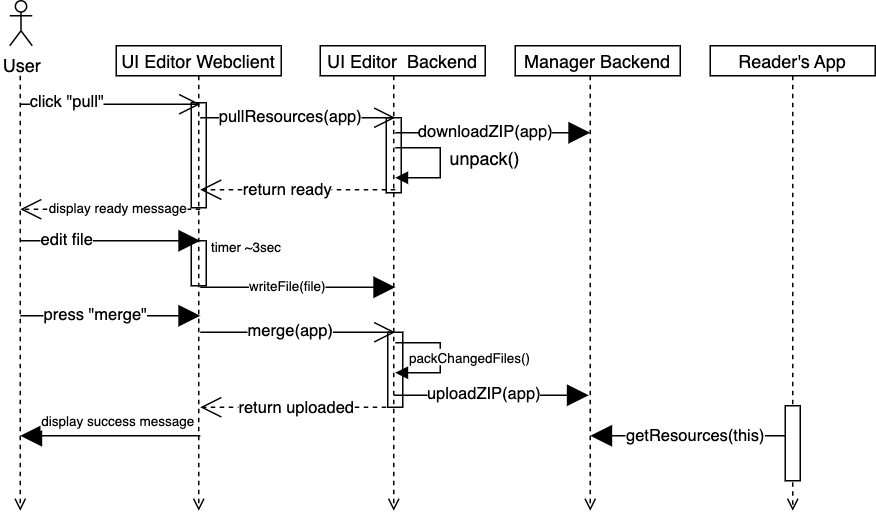
The draw.io diagram ba-text/pics/user-flow.uml.drawio.png in lokmeinmatz/ba-docs, before a commit. Source tidied: cells renumbered, new cells last; positions are measured from the earlier drawing's top-left corner, leaving out a move shared by most shapes.
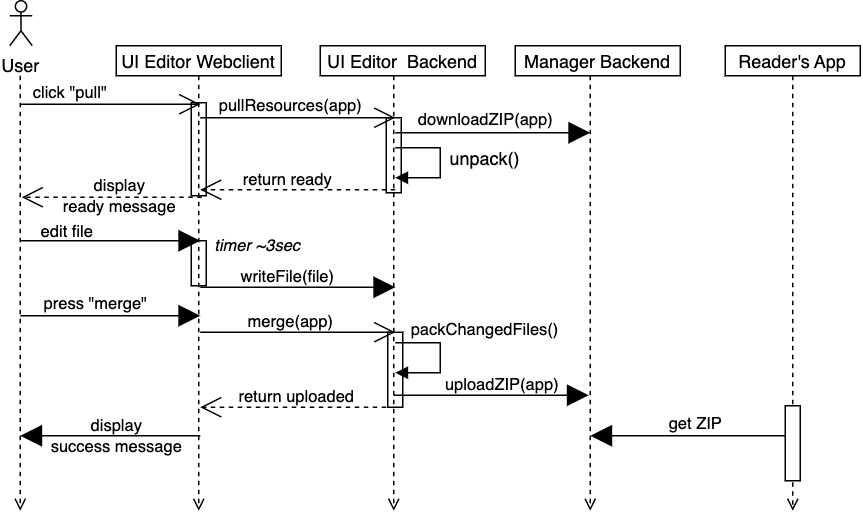
Above is the later version.

The edit, as a diff of the source:
```diff
@@ -39,7 +39,7 @@
       </mxGeometry>
     </mxCell>
     <mxCell id="9" value="Reader's App" style="fontStyle=0;" parent="1" vertex="1">
-      <mxGeometry x="467" y="30" width="110" height="20" as="geometry" />
+      <mxGeometry x="477" y="30" width="90" height="20" as="geometry" />
     </mxCell>
     <mxCell id="10" style="html=1;verticalAlign=bottom;labelBackgroundColor=none;endArrow=open;endFill=0;dashed=1;exitX=0.5;exitY=1;exitDx=0;exitDy=0;startArrow=none;" parent="1" edge="1">
       <mxGeometry relative="1" as="geometry">
@@ -58,7 +58,7 @@
     </mxCell>
     <mxCell id="13" value="click &quot;pull&quot;" style="edgeLabel;html=1;align=center;verticalAlign=middle;" parent="12" vertex="1">
       <mxGeometry x="-0.49" y="1" relative="1" as="geometry">
-        <mxPoint y="-1" as="offset" />
+        <mxPoint x="2" y="-7" as="offset" />
       </mxGeometry>
     </mxCell>
     <mxCell id="14" style="endArrow=open;endFill=1;endSize=12;html=1;" parent="1" edge="1">
@@ -69,7 +69,7 @@
     </mxCell>
     <mxCell id="15" value="pullResources(app)" style="edgeLabel;html=1;align=center;verticalAlign=middle;" parent="14" vertex="1">
       <mxGeometry x="-0.49" y="1" relative="1" as="geometry">
-        <mxPoint x="26" as="offset" />
+        <mxPoint x="26" y="-7" as="offset" />
       </mxGeometry>
     </mxCell>
     <mxCell id="16" style="endArrow=block;endFill=1;endSize=12;html=1;" parent="1" edge="1">
@@ -80,7 +80,7 @@
     </mxCell>
     <mxCell id="17" value="downloadZIP(app)" style="edgeLabel;html=1;align=center;verticalAlign=middle;" parent="16" vertex="1">
       <mxGeometry x="-0.49" y="1" relative="1" as="geometry">
-        <mxPoint x="26" as="offset" />
+        <mxPoint x="26" y="-8" as="offset" />
       </mxGeometry>
     </mxCell>
     <mxCell id="18" style="endArrow=open;endFill=1;endSize=12;html=1;dashed=1;" parent="1" edge="1">
@@ -89,9 +89,9 @@
         <mxPoint x="127" y="126" as="targetPoint" />
       </mxGeometry>
     </mxCell>
-    <mxCell id="19" value="return ready" style="edgeLabel;html=1;align=center;verticalAlign=middle;" parent="18" vertex="1">
+    <mxCell id="19" value="return ready" style="edgeLabel;html=1;align=center;verticalAlign=middle;labelBackgroundColor=none;" parent="18" vertex="1">
       <mxGeometry x="0.27" relative="1" as="geometry">
-        <mxPoint x="10" as="offset" />
+        <mxPoint x="10" y="-7" as="offset" />
       </mxGeometry>
     </mxCell>
     <mxCell id="20" style="endArrow=block;html=1;endFill=1;edgeStyle=elbowEdgeStyle;rounded=0;" parent="1" edge="1">
@@ -108,11 +108,11 @@
     </mxCell>
     <mxCell id="22" style="endArrow=open;endFill=1;endSize=12;html=1;dashed=1;" parent="1" edge="1">
       <mxGeometry relative="1" as="geometry">
-        <mxPoint x="127" y="139" as="sourcePoint" />
-        <mxPoint x="7" y="139" as="targetPoint" />
+        <mxPoint x="128" y="131" as="sourcePoint" />
+        <mxPoint x="8" y="131" as="targetPoint" />
       </mxGeometry>
     </mxCell>
-    <mxCell id="23" value="&lt;font style=&quot;font-size: 9px&quot;&gt;display ready message&lt;/font&gt;" style="edgeLabel;html=1;align=center;verticalAlign=middle;" parent="22" vertex="1">
+    <mxCell id="23" value="&lt;font style=&quot;font-size: 11px;&quot;&gt;display&lt;br&gt;ready message&lt;/font&gt;" style="edgeLabel;html=1;align=center;verticalAlign=middle;labelBackgroundColor=none;" parent="22" vertex="1">
       <mxGeometry x="0.27" relative="1" as="geometry">
         <mxPoint x="21" y="-1" as="offset" />
       </mxGeometry>
@@ -123,8 +123,10 @@
         <mxPoint x="127" y="160" as="targetPoint" />
       </mxGeometry>
     </mxCell>
-    <mxCell id="25" value="edit file" style="edgeLabel;html=1;align=center;verticalAlign=middle;" parent="24" vertex="1">
-      <mxGeometry x="-0.49" y="1" relative="1" as="geometry" />
+    <mxCell id="25" value="edit file" style="edgeLabel;html=1;align=center;verticalAlign=middle;labelBackgroundColor=none;" parent="24" vertex="1">
+      <mxGeometry x="-0.49" y="1" relative="1" as="geometry">
+        <mxPoint y="-5" as="offset" />
+      </mxGeometry>
     </mxCell>
     <mxCell id="26" style="endArrow=block;endFill=1;endSize=12;html=1;" parent="1" edge="1">
       <mxGeometry relative="1" as="geometry">
@@ -132,9 +134,9 @@
         <mxPoint x="257" y="191" as="targetPoint" />
       </mxGeometry>
     </mxCell>
-    <mxCell id="27" value="&lt;font style=&quot;font-size: 9px&quot;&gt;writeFile(file)&lt;/font&gt;" style="edgeLabel;html=1;align=center;verticalAlign=middle;" parent="26" vertex="1">
+    <mxCell id="27" value="&lt;font style=&quot;font-size: 11px;&quot;&gt;writeFile(file)&lt;/font&gt;" style="edgeLabel;html=1;align=center;verticalAlign=middle;labelBackgroundColor=none;" parent="26" vertex="1">
       <mxGeometry x="-0.49" y="1" relative="1" as="geometry">
-        <mxPoint x="24" as="offset" />
+        <mxPoint x="24" y="-6" as="offset" />
       </mxGeometry>
     </mxCell>
     <mxCell id="28" style="endArrow=block;endFill=1;endSize=12;html=1;" parent="1" edge="1">
@@ -145,7 +147,7 @@
     </mxCell>
     <mxCell id="29" value="press &quot;merge&quot;" style="edgeLabel;html=1;align=center;verticalAlign=middle;" parent="28" vertex="1">
       <mxGeometry x="-0.49" y="1" relative="1" as="geometry">
-        <mxPoint x="19" as="offset" />
+        <mxPoint x="19" y="-7" as="offset" />
       </mxGeometry>
     </mxCell>
     <mxCell id="30" style="endArrow=open;endFill=1;endSize=12;html=1;" parent="1" edge="1">
@@ -154,19 +156,19 @@
         <mxPoint x="257" y="221" as="targetPoint" />
       </mxGeometry>
     </mxCell>
-    <mxCell id="31" value="merge(app)" style="edgeLabel;html=1;align=center;verticalAlign=middle;" parent="30" vertex="1">
+    <mxCell id="31" value="merge(app)" style="edgeLabel;html=1;align=center;verticalAlign=middle;labelBackgroundColor=none;" parent="30" vertex="1">
       <mxGeometry x="-0.49" y="1" relative="1" as="geometry">
-        <mxPoint x="26" as="offset" />
+        <mxPoint x="26" y="-6" as="offset" />
       </mxGeometry>
     </mxCell>
     <mxCell id="32" style="rounded=0;whiteSpace=wrap;html=1;fontSize=9;fillColor=none;" parent="1" vertex="1">
-      <mxGeometry x="121" y="68" width="10" height="70" as="geometry" />
+      <mxGeometry x="121" y="68" width="10" height="62" as="geometry" />
     </mxCell>
     <mxCell id="33" style="rounded=0;whiteSpace=wrap;html=1;fontSize=9;fillColor=none;" parent="1" vertex="1">
       <mxGeometry x="121" y="160" width="10" height="30" as="geometry" />
     </mxCell>
-    <mxCell id="34" value="timer ~3sec" style="text;html=1;strokeColor=none;fillColor=none;align=center;verticalAlign=middle;whiteSpace=wrap;rounded=0;fontSize=9;" parent="1" vertex="1">
-      <mxGeometry x="128" y="150" width="60" height="30" as="geometry" />
+    <mxCell id="34" value="&lt;font style=&quot;font-size: 11px;&quot;&gt;&lt;i&gt;timer ~3sec&lt;/i&gt;&lt;/font&gt;" style="text;html=1;strokeColor=none;fillColor=none;align=center;verticalAlign=middle;whiteSpace=wrap;rounded=0;fontSize=9;" parent="1" vertex="1">
+      <mxGeometry x="131" y="148" width="69" height="30" as="geometry" />
     </mxCell>
     <mxCell id="35" style="rounded=0;whiteSpace=wrap;html=1;fontSize=9;fillColor=none;" parent="1" vertex="1">
       <mxGeometry x="251" y="78" width="10" height="50" as="geometry" />
@@ -183,8 +185,8 @@
         </Array>
       </mxGeometry>
     </mxCell>
-    <mxCell id="38" value="&lt;font style=&quot;font-size: 9px&quot;&gt;packChangedFiles()&lt;/font&gt;" style="text;html=1;strokeColor=none;fillColor=default;align=center;verticalAlign=middle;whiteSpace=wrap;rounded=0;" parent="1" vertex="1">
-      <mxGeometry x="277" y="232" width="60" height="11" as="geometry" />
+    <mxCell id="38" value="&lt;font style=&quot;font-size: 11px;&quot;&gt;packChangedFiles()&lt;/font&gt;" style="text;html=1;strokeColor=none;fillColor=default;align=center;verticalAlign=middle;whiteSpace=wrap;rounded=0;labelBackgroundColor=default;" parent="1" vertex="1">
+      <mxGeometry x="287" y="213" width="60" height="11" as="geometry" />
     </mxCell>
     <mxCell id="39" style="endArrow=block;endFill=1;endSize=12;html=1;" parent="1" edge="1">
       <mxGeometry relative="1" as="geometry">
@@ -192,9 +194,9 @@
         <mxPoint x="386" y="263" as="targetPoint" />
       </mxGeometry>
     </mxCell>
-    <mxCell id="40" value="uploadZIP(app)" style="edgeLabel;html=1;align=center;verticalAlign=middle;" parent="39" vertex="1">
+    <mxCell id="40" value="uploadZIP(app)" style="edgeLabel;html=1;align=center;verticalAlign=middle;labelBackgroundColor=none;" parent="39" vertex="1">
       <mxGeometry x="-0.49" y="1" relative="1" as="geometry">
-        <mxPoint x="26" as="offset" />
+        <mxPoint x="38" y="-6" as="offset" />
       </mxGeometry>
     </mxCell>
     <mxCell id="41" style="endArrow=open;endFill=1;endSize=12;html=1;dashed=1;" parent="1" edge="1">
@@ -203,9 +205,9 @@
         <mxPoint x="127" y="271" as="targetPoint" />
       </mxGeometry>
     </mxCell>
-    <mxCell id="42" value="return uploaded" style="edgeLabel;html=1;align=center;verticalAlign=middle;" parent="41" vertex="1">
+    <mxCell id="42" value="return uploaded" style="edgeLabel;html=1;align=center;verticalAlign=middle;labelBackgroundColor=none;" parent="41" vertex="1">
       <mxGeometry x="0.27" relative="1" as="geometry">
-        <mxPoint x="18" as="offset" />
+        <mxPoint x="18" y="-7" as="offset" />
       </mxGeometry>
     </mxCell>
     <mxCell id="43" style="endArrow=block;endFill=1;endSize=12;html=1;" parent="1" edge="1">
@@ -214,9 +216,9 @@
         <mxPoint x="7" y="290" as="targetPoint" />
       </mxGeometry>
     </mxCell>
-    <mxCell id="44" value="&lt;font style=&quot;font-size: 9px&quot;&gt;display success message&lt;/font&gt;" style="edgeLabel;html=1;align=center;verticalAlign=middle;labelBackgroundColor=default;" parent="43" vertex="1">
+    <mxCell id="44" value="&lt;font style=&quot;font-size: 11px;&quot;&gt;display&lt;br&gt;success message&lt;/font&gt;" style="edgeLabel;html=1;align=center;verticalAlign=middle;labelBackgroundColor=none;" parent="43" vertex="1">
       <mxGeometry x="-0.49" y="1" relative="1" as="geometry">
-        <mxPoint x="-25" y="-11" as="offset" />
+        <mxPoint x="-25" y="-1" as="offset" />
       </mxGeometry>
     </mxCell>
     <mxCell id="45" style="rounded=0;whiteSpace=wrap;html=1;fontSize=9;fillColor=none;" parent="1" vertex="1">
@@ -230,9 +232,9 @@
         <mxPoint x="387" y="290" as="targetPoint" />
       </mxGeometry>
     </mxCell>
-    <mxCell id="48" value="getResources(this)" style="edgeLabel;html=1;align=center;verticalAlign=middle;" parent="47" vertex="1">
+    <mxCell id="48" value="get ZIP" style="edgeLabel;html=1;align=center;verticalAlign=middle;" parent="47" vertex="1">
       <mxGeometry x="-0.49" y="1" relative="1" as="geometry">
-        <mxPoint x="-27" y="-1" as="offset" />
+        <mxPoint x="-27" y="-9" as="offset" />
       </mxGeometry>
     </mxCell>
   </root>
```
